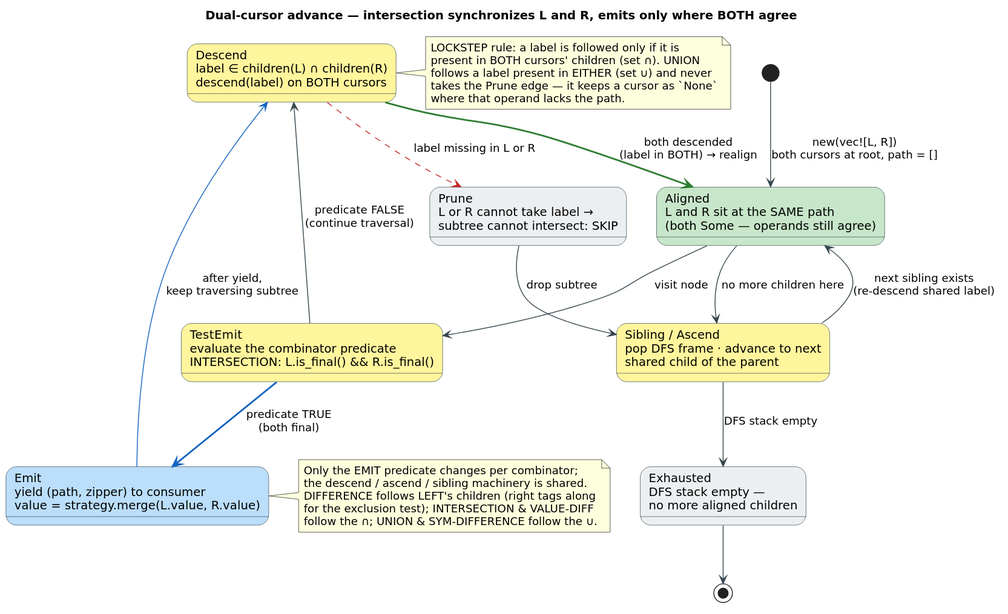
The PlantUML diagram docs/diagrams/zipper-cursor.svg in vinary-tree/libdictenstein, before a commit. Its source is kept beside it as docs/diagrams/src/zipper-cursor.puml. The source it was exported from:
```plantuml
@startuml zipper-cursor
skinparam backgroundColor #FFFFFF
skinparam defaultFontName "DejaVu Sans"
skinparam ArrowColor #37474F
skinparam shadowing false
skinparam state {
  BorderColor #37474F
  FontName "DejaVu Sans"
  AttributeFontName "DejaVu Sans"
}

title Dual-cursor advance — intersection synchronizes L and R, emits only where BOTH agree

[*] --> Aligned : new(vec![L, R])\nboth cursors at root, path = []

state "Aligned\nL and R sit at the SAME path\n(both Some — operands still agree)" as Aligned #C8E6C9

state "TestEmit\nevaluate the combinator predicate\nINTERSECTION: L.is_final() && R.is_final()" as TestEmit #FFF59D

state "Emit\nyield (path, zipper) to consumer\nvalue = strategy.merge(L.value, R.value)" as Emit #BBDEFB

state "Descend\nlabel ∈ children(L) ∩ children(R)\ndescend(label) on BOTH cursors" as Descend #FFF59D

state "Sibling / Ascend\npop DFS frame · advance to next\nshared child of the parent" as Ascend #FFF59D

state "Prune\nL or R cannot take label →\nsubtree cannot intersect: SKIP" as Prune #ECEFF1

state "Exhausted\nDFS stack empty —\nno more aligned children" as Done #ECEFF1

Aligned --> TestEmit : visit node

TestEmit -[#1565C0,thickness=2]-> Emit : predicate TRUE\n(both final)
TestEmit --> Descend : predicate FALSE\n(continue traversal)
Emit -[#1565C0]-> Descend : after yield,\nkeep traversing subtree

Descend -[#2E7D32,thickness=2]-> Aligned : both descended\n(label in BOTH) → realign
Descend -[#C62828,dashed]-> Prune : label missing in L or R
Prune --> Ascend : drop subtree

Aligned --> Ascend : no more children here
Ascend --> Aligned : next sibling exists\n(re-descend shared label)
Ascend --> Done : DFS stack empty

Done --> [*]

note right of Descend
  LOCKSTEP rule: a label is followed only if it is
  present in BOTH cursors' children (set ∩). UNION
  follows a label present in EITHER (set ∪) and never
  takes the Prune edge — it keeps a cursor as `None`
  where that operand lacks the path.
end note

note right of Emit
  Only the EMIT predicate changes per combinator;
  the descend / ascend / sibling machinery is shared.
  DIFFERENCE follows LEFT's children (right tags along
  for the exclusion test); INTERSECTION & VALUE-DIFF
  follow the ∩; UNION & SYM-DIFFERENCE follow the ∪.
end note
@enduml
```
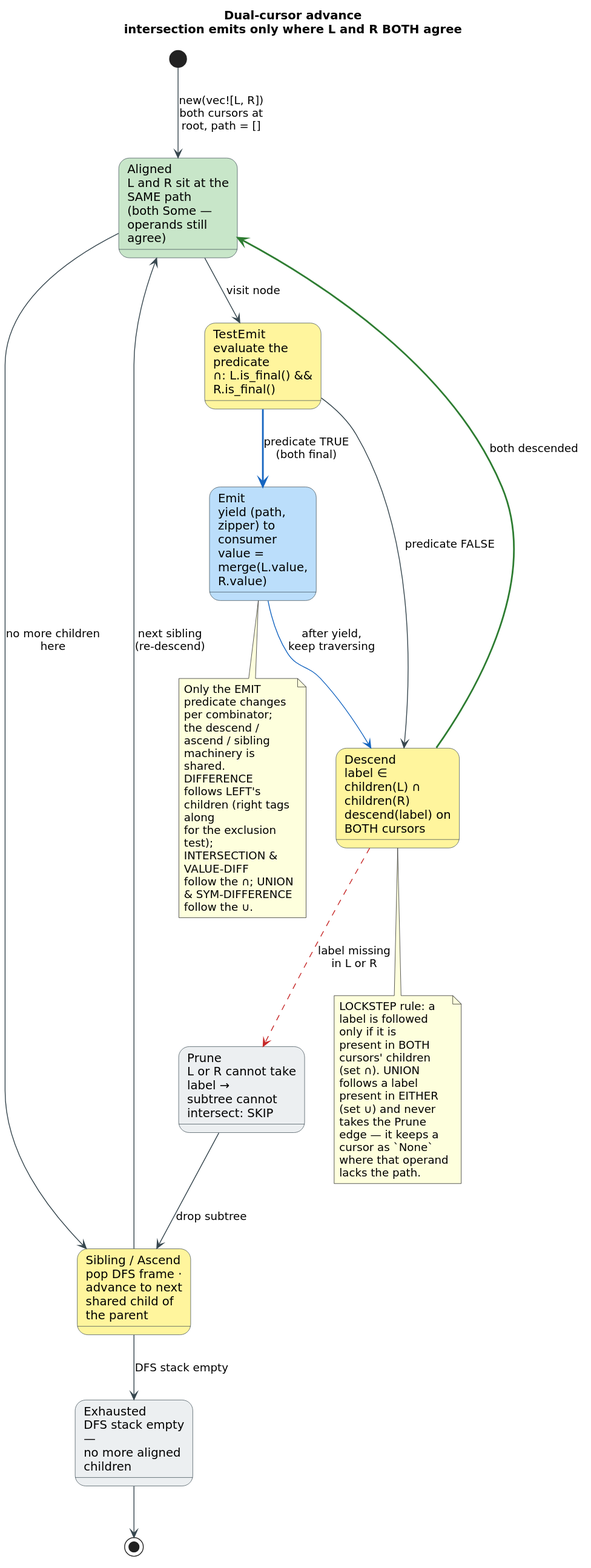
The same diagram one commit later.

What changed in the source:
```diff
@@ -1,6 +1,7 @@
 @startuml zipper-cursor
 skinparam backgroundColor #FFFFFF
 skinparam defaultFontName "DejaVu Sans"
+skinparam wrapWidth 130
 skinparam ArrowColor #37474F
 skinparam shadowing false
 skinparam state {
@@ -9,15 +10,15 @@
   AttributeFontName "DejaVu Sans"
 }
 
-title Dual-cursor advance — intersection synchronizes L and R, emits only where BOTH agree
+title Dual-cursor advance\nintersection emits only where L and R BOTH agree
 
 [*] --> Aligned : new(vec![L, R])\nboth cursors at root, path = []
 
 state "Aligned\nL and R sit at the SAME path\n(both Some — operands still agree)" as Aligned #C8E6C9
 
-state "TestEmit\nevaluate the combinator predicate\nINTERSECTION: L.is_final() && R.is_final()" as TestEmit #FFF59D
+state "TestEmit\nevaluate the predicate\n∩: L.is_final() && R.is_final()" as TestEmit #FFF59D
 
-state "Emit\nyield (path, zipper) to consumer\nvalue = strategy.merge(L.value, R.value)" as Emit #BBDEFB
+state "Emit\nyield (path, zipper) to consumer\nvalue = merge(L.value, R.value)" as Emit #BBDEFB
 
 state "Descend\nlabel ∈ children(L) ∩ children(R)\ndescend(label) on BOTH cursors" as Descend #FFF59D
 
@@ -30,20 +31,20 @@
 Aligned --> TestEmit : visit node
 
 TestEmit -[#1565C0,thickness=2]-> Emit : predicate TRUE\n(both final)
-TestEmit --> Descend : predicate FALSE\n(continue traversal)
-Emit -[#1565C0]-> Descend : after yield,\nkeep traversing subtree
+TestEmit --> Descend : predicate FALSE
+Emit -[#1565C0]-> Descend : after yield,\nkeep traversing
 
-Descend -[#2E7D32,thickness=2]-> Aligned : both descended\n(label in BOTH) → realign
-Descend -[#C62828,dashed]-> Prune : label missing in L or R
+Descend -[#2E7D32,thickness=2]-> Aligned : both descended
+Descend -[#C62828,dashed]-> Prune : label missing\nin L or R
 Prune --> Ascend : drop subtree
 
 Aligned --> Ascend : no more children here
-Ascend --> Aligned : next sibling exists\n(re-descend shared label)
+Ascend --> Aligned : next sibling\n(re-descend)
 Ascend --> Done : DFS stack empty
 
 Done --> [*]
 
-note right of Descend
+note bottom of Descend
   LOCKSTEP rule: a label is followed only if it is
   present in BOTH cursors' children (set ∩). UNION
   follows a label present in EITHER (set ∪) and never
@@ -51,7 +52,7 @@
   where that operand lacks the path.
 end note
 
-note right of Emit
+note bottom of Emit
   Only the EMIT predicate changes per combinator;
   the descend / ascend / sibling machinery is shared.
   DIFFERENCE follows LEFT's children (right tags along
```
